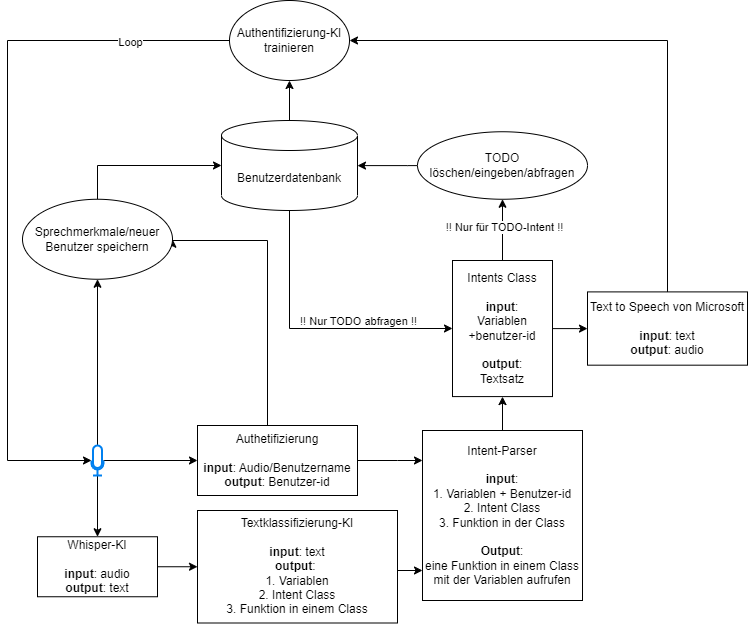
anastasia98s/PS2 keeps this draw.io diagram as docs/docs_image/komplexes_diagramm.drawio.png. Above is the earlier version. Source tidied: cells renumbered, new cells last; positions are measured from the earlier drawing's top-left corner, leaving out a move shared by most shapes.
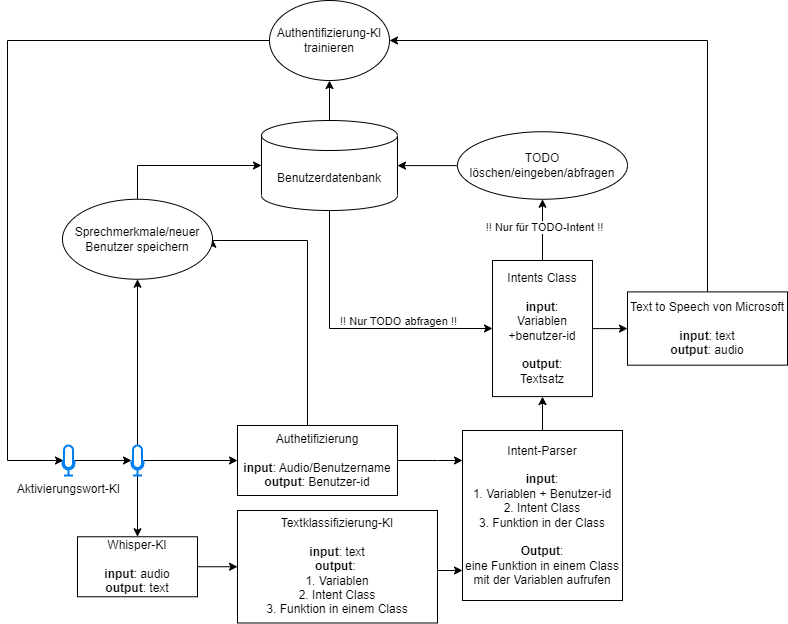
After the change.

Change to the diagram source:
```diff
@@ -77,14 +77,6 @@
     <mxCell id="18" value="Intent-Parser&lt;br&gt;&lt;br&gt;&lt;b&gt;input&lt;/b&gt;:&lt;br&gt;1. Variablen + Benutzer-id&lt;br style=&quot;border-color: var(--border-color);&quot;&gt;2. Intent Class&lt;br style=&quot;border-color: var(--border-color);&quot;&gt;3. Funktion in der Class&lt;br&gt;&lt;br&gt;&lt;b&gt;Output&lt;/b&gt;:&lt;br&gt;eine Funktion in einem Class mit der Variablen aufrufen" style="rounded=0;whiteSpace=wrap;html=1;" parent="1" vertex="1">
       <mxGeometry x="415" y="430" width="160" height="170" as="geometry" />
     </mxCell>
-    <mxCell id="19" style="edgeStyle=orthogonalEdgeStyle;rounded=0;jettySize=auto;html=1;" parent="1" edge="1" source="31" target="5">
-      <mxGeometry relative="1" as="geometry">
-        <Array as="points">
-          <mxPoint y="40" />
-          <mxPoint y="460" />
-        </Array>
-      </mxGeometry>
-    </mxCell>
     <mxCell id="20" value="Text to Speech von Microsoft&lt;br&gt;&lt;br&gt;&lt;b&gt;input&lt;/b&gt;: text&lt;br&gt;&lt;b&gt;output&lt;/b&gt;: audio" style="rounded=0;whiteSpace=wrap;html=1;" parent="1" vertex="1">
       <mxGeometry x="580" y="291.4" width="160" height="73.3" as="geometry" />
     </mxCell>
@@ -134,13 +126,22 @@
         </Array>
       </mxGeometry>
     </mxCell>
-    <mxCell id="30" value="Loop" style="edgeLabel;html=1;align=center;verticalAlign=middle;" parent="29" vertex="1">
-      <mxGeometry x="-0.12" y="2" relative="1" as="geometry">
-        <mxPoint x="-538" y="-1" as="offset" />
-      </mxGeometry>
-    </mxCell>
+    <mxCell id="32" style="edgeStyle=orthogonalEdgeStyle;rounded=0;jettySize=auto;html=1;entryX=0.083;entryY=0.5;entryDx=0;entryDy=0;entryPerimeter=0;" parent="1" edge="1" source="31" target="34">
+      <mxGeometry relative="1" as="geometry">
+        <Array as="points">
+          <mxPoint x="-40" y="40" />
+          <mxPoint x="-40" y="460" />
+        </Array>
+      </mxGeometry>
+    </mxCell>
     <mxCell id="31" value="Authentifizierung-KI trainieren" style="ellipse;whiteSpace=wrap;html=1;" parent="1" vertex="1">
       <mxGeometry x="222" width="120" height="80" as="geometry" />
     </mxCell>
+    <mxCell id="33" style="edgeStyle=orthogonalEdgeStyle;rounded=0;jettySize=auto;html=1;" parent="1" edge="1" source="34" target="5">
+      <mxGeometry relative="1" as="geometry" />
+    </mxCell>
+    <mxCell id="34" value="Aktivierungswort-KI" style="html=1;verticalLabelPosition=bottom;align=center;labelBackgroundColor=#ffffff;verticalAlign=top;strokeWidth=2;strokeColor=#0080F0;shadow=0;dashed=0;shape=mxgraph.ios7.icons.microphone;" parent="1" vertex="1">
+      <mxGeometry x="15" y="445" width="12" height="30" as="geometry" />
+    </mxCell>
   </root>
 </mxGraphModel>
```
